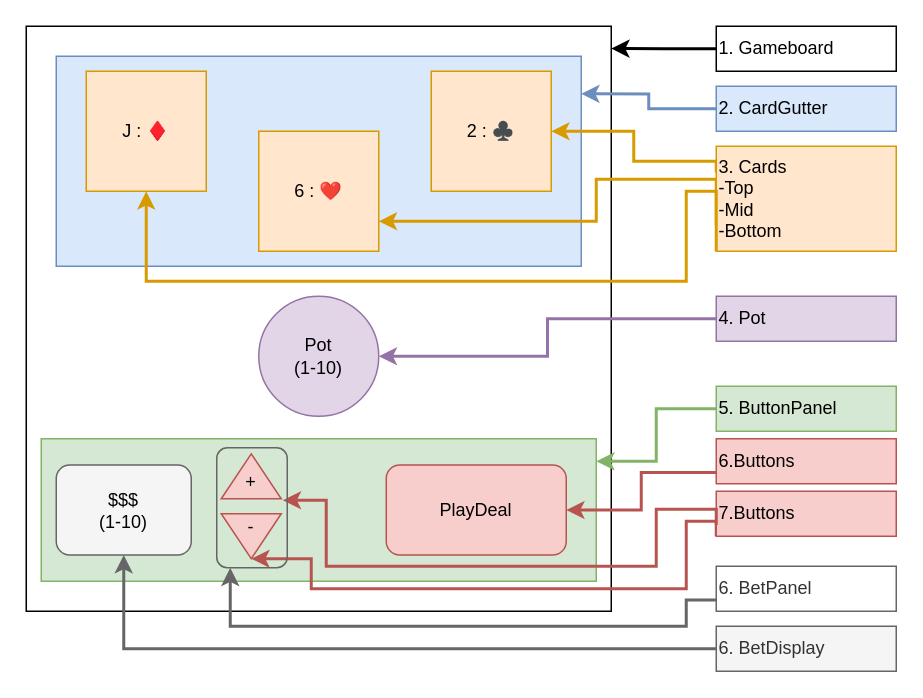
Before: mockup.drawio in Jaybird9er/InBetweenToGo, a draw.io diagram. Source tidied: cells renumbered, new cells numbered last; positions are measured from the earlier drawing's top-left corner, leaving out a move shared by most shapes. Both pictures are drawn from the tidied source at 150%, with x=0, y=0 at pixel (26, 26).
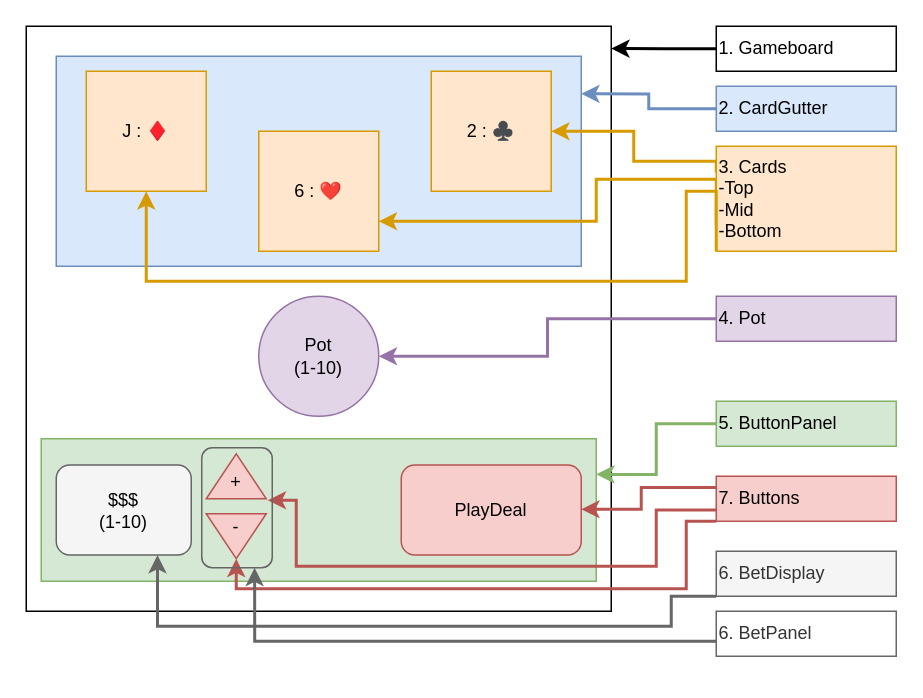
Above is the later version.

Unchanged cells that the change refers to:
```xml
<mxCell id="4" style="rounded=0;whiteSpace=wrap;html=1;fillColor=#d5e8d4;strokeColor=#82b366;" parent="1" vertex="1">
  <mxGeometry x="10" y="275" width="370" height="95" as="geometry" />
</mxCell>
<mxCell id="14" style="rounded=1;whiteSpace=wrap;html=1;fillColor=#f5f5f5;strokeColor=#666666;fontColor=#333333;" parent="1" vertex="1">
  <mxGeometry x="20" y="292.5" width="90" height="60" as="geometry" />
</mxCell>
```

What changed in the source:
```diff
@@
     <mxCell id="10" style="rounded=1;whiteSpace=wrap;html=1;fillColor=#f8cecc;strokeColor=#b85450;" parent="1" vertex="1">
-      <mxGeometry x="240" y="292.5" width="120" height="60" as="geometry" />
+      <mxGeometry x="250" y="292.5" width="120" height="60" as="geometry" />
     </mxCell>
     <mxCell id="11" value="PlayDeal" style="text;html=1;align=center;verticalAlign=middle;whiteSpace=wrap;rounded=0;" parent="1" vertex="1">
-      <mxGeometry x="270" y="307.5" width="60" height="30" as="geometry" />
+      <mxGeometry x="280" y="307.5" width="60" height="30" as="geometry" />
     </mxCell>
@@
     <mxCell id="17" style="triangle;whiteSpace=wrap;html=1;rotation=-90;fillColor=#f8cecc;strokeColor=#b85450;" parent="1" vertex="1">
-      <mxGeometry x="135" y="280" width="30" height="40" as="geometry" />
+      <mxGeometry x="125" y="280" width="30" height="40" as="geometry" />
     </mxCell>
     <mxCell id="18" style="triangle;whiteSpace=wrap;html=1;rotation=90;fillColor=#f8cecc;strokeColor=#b85450;" parent="1" vertex="1">
-      <mxGeometry x="135" y="320" width="30" height="40" as="geometry" />
+      <mxGeometry x="125" y="320" width="30" height="40" as="geometry" />
     </mxCell>
     <mxCell id="19" value="+" style="text;html=1;align=center;verticalAlign=middle;whiteSpace=wrap;rounded=0;" parent="1" vertex="1">
-      <mxGeometry x="135" y="296" width="30" height="15" as="geometry" />
+      <mxGeometry x="125" y="296" width="30" height="15" as="geometry" />
     </mxCell>
     <mxCell id="20" value="-" style="text;html=1;align=center;verticalAlign=middle;whiteSpace=wrap;rounded=0;" parent="1" vertex="1">
-      <mxGeometry x="135" y="326" width="30" height="15" as="geometry" />
+      <mxGeometry x="125" y="326" width="30" height="15" as="geometry" />
     </mxCell>
@@
-    <mxCell id="29" style="edgeStyle=orthogonalEdgeStyle;rounded=0;jettySize=auto;html=1;strokeWidth=2;fillColor=#d5e8d4;strokeColor=#82b366;" parent="1" edge="1" source="30">
-      <mxGeometry relative="1" as="geometry">
-        <mxPoint x="380" y="290" as="targetPoint" />
-        <Array as="points">
-          <mxPoint x="420" y="255" />
-          <mxPoint x="420" y="290" />
-          <mxPoint x="380" y="290" />
-        </Array>
-      </mxGeometry>
+    <mxCell id="29" style="edgeStyle=orthogonalEdgeStyle;rounded=0;jettySize=auto;html=1;entryX=1;entryY=0.25;entryDx=0;entryDy=0;strokeWidth=2;fillColor=#d5e8d4;strokeColor=#82b366;" parent="1" edge="1" source="30" target="4">
+      <mxGeometry relative="1" as="geometry" />
     </mxCell>
     <mxCell id="30" value="5. ButtonPanel" style="text;html=1;align=left;verticalAlign=middle;whiteSpace=wrap;rounded=0;strokeColor=#82b366;fillColor=#d5e8d4;" parent="1" vertex="1">
-      <mxGeometry x="460" y="240" width="120" height="30" as="geometry" />
+      <mxGeometry x="460" y="250" width="120" height="30" as="geometry" />
     </mxCell>
     <mxCell id="31" style="edgeStyle=orthogonalEdgeStyle;rounded=0;jettySize=auto;html=1;exitX=0;exitY=1;exitDx=0;exitDy=0;entryX=1;entryY=0.5;entryDx=0;entryDy=0;strokeWidth=2;fillColor=#f8cecc;strokeColor=#b85450;" parent="1" edge="1" source="32" target="18">
       <mxGeometry relative="1" as="geometry">
         <Array as="points">
           <mxPoint x="440" y="330" />
           <mxPoint x="440" y="375" />
-          <mxPoint x="190" y="375" />
-          <mxPoint x="190" y="355" />
+          <mxPoint x="140" y="375" />
         </Array>
       </mxGeometry>
     </mxCell>
+    <mxCell id="41" style="edgeStyle=orthogonalEdgeStyle;rounded=0;jettySize=auto;html=1;exitX=0;exitY=0.25;exitDx=0;exitDy=0;strokeWidth=2;fillColor=#f8cecc;strokeColor=#b85450;" parent="1" edge="1" source="32" target="10">
+      <mxGeometry relative="1" as="geometry">
+        <Array as="points">
+          <mxPoint x="410" y="308" />
+          <mxPoint x="410" y="322" />
+        </Array>
+      </mxGeometry>
+    </mxCell>
-    <mxCell id="32" value="7.Buttons" style="text;html=1;align=left;verticalAlign=middle;whiteSpace=wrap;rounded=0;strokeColor=#b85450;fillColor=#f8cecc;" parent="1" vertex="1">
-      <mxGeometry x="460" y="310" width="120" height="30" as="geometry" />
+    <mxCell id="32" value="7. Buttons" style="text;html=1;align=left;verticalAlign=middle;whiteSpace=wrap;rounded=0;strokeColor=#b85450;fillColor=#f8cecc;" parent="1" vertex="1">
+      <mxGeometry x="460" y="300" width="120" height="30" as="geometry" />
     </mxCell>
     <mxCell id="33" style="edgeStyle=orthogonalEdgeStyle;rounded=0;jettySize=auto;html=1;exitX=0;exitY=0.75;exitDx=0;exitDy=0;entryX=-0.033;entryY=1.025;entryDx=0;entryDy=0;entryPerimeter=0;strokeWidth=2;fillColor=#f8cecc;strokeColor=#b85450;" parent="1" edge="1" source="32" target="17">
       <mxGeometry relative="1" as="geometry">
         <Array as="points">
-          <mxPoint x="460" y="322" />
           <mxPoint x="420" y="322" />
           <mxPoint x="420" y="360" />
-          <mxPoint x="200" y="360" />
-          <mxPoint x="200" y="316" />
+          <mxPoint x="180" y="360" />
+          <mxPoint x="180" y="316" />
         </Array>
       </mxGeometry>
     </mxCell>
-    <mxCell id="34" style="edgeStyle=orthogonalEdgeStyle;rounded=0;jettySize=auto;html=1;exitX=0;exitY=0.5;exitDx=0;exitDy=0;strokeWidth=2;fillColor=#f5f5f5;gradientColor=#b3b3b3;strokeColor=#666666;" parent="1" edge="1" source="35" target="14">
-      <mxGeometry relative="1" as="geometry" />
+    <mxCell id="34" style="edgeStyle=orthogonalEdgeStyle;rounded=0;jettySize=auto;html=1;exitX=0;exitY=1;exitDx=0;exitDy=0;entryX=0.75;entryY=1;entryDx=0;entryDy=0;fillColor=#f5f5f5;strokeColor=#666666;strokeWidth=2;" parent="1" edge="1" source="35" target="14">
+      <mxGeometry relative="1" as="geometry">
+        <Array as="points">
+          <mxPoint x="430" y="380" />
+          <mxPoint x="430" y="400" />
+          <mxPoint x="87" y="400" />
+        </Array>
+      </mxGeometry>
     </mxCell>
     <mxCell id="35" value="6. BetDisplay" style="text;html=1;align=left;verticalAlign=middle;whiteSpace=wrap;rounded=0;strokeColor=#666666;fillColor=#f5f5f5;fontColor=#333333;" parent="1" vertex="1">
-      <mxGeometry x="460" y="400" width="120" height="30" as="geometry" />
+      <mxGeometry x="460" y="350" width="120" height="30" as="geometry" />
     </mxCell>
     <mxCell id="36" style="rounded=1;whiteSpace=wrap;html=1;fillColor=none;strokeColor=#666666;fontColor=#333333;" parent="1" vertex="1">
-      <mxGeometry x="127" y="281" width="47" height="80" as="geometry" />
+      <mxGeometry x="117" y="281" width="47" height="80" as="geometry" />
     </mxCell>
-    <mxCell id="37" style="edgeStyle=orthogonalEdgeStyle;rounded=0;jettySize=auto;html=1;strokeColor=#666666;strokeWidth=2;exitX=0;exitY=0.75;exitDx=0;exitDy=0;" parent="1" edge="1" source="38">
+    <mxCell id="37" style="edgeStyle=orthogonalEdgeStyle;rounded=0;jettySize=auto;html=1;entryX=0.75;entryY=1;entryDx=0;entryDy=0;strokeColor=#666666;strokeWidth=2;" parent="1" edge="1" source="38" target="36">
       <mxGeometry relative="1" as="geometry">
-        <mxPoint x="136" y="361" as="targetPoint" />
         <Array as="points">
-          <mxPoint x="440" y="382" />
-          <mxPoint x="440" y="400" />
-          <mxPoint x="136" y="400" />
+          <mxPoint x="152" y="410" />
         </Array>
       </mxGeometry>
     </mxCell>
     <mxCell id="38" value="6. BetPanel" style="text;html=1;align=left;verticalAlign=middle;whiteSpace=wrap;rounded=0;strokeColor=#666666;fillColor=none;fontColor=#333333;" parent="1" vertex="1">
-      <mxGeometry x="460" y="360" width="120" height="30" as="geometry" />
+      <mxGeometry x="460" y="390" width="120" height="30" as="geometry" />
     </mxCell>
-    <mxCell id="39" style="edgeStyle=orthogonalEdgeStyle;rounded=0;jettySize=auto;html=1;exitX=0;exitY=0.75;exitDx=0;exitDy=0;fillColor=#f8cecc;strokeColor=#b85450;strokeWidth=2;" parent="1" edge="1" source="40" target="10">
-      <mxGeometry relative="1" as="geometry" />
-    </mxCell>
-    <mxCell id="40" value="6.Buttons" style="text;html=1;align=left;verticalAlign=middle;whiteSpace=wrap;rounded=0;strokeColor=#b85450;fillColor=#f8cecc;" parent="1" vertex="1">
-      <mxGeometry x="460" y="275" width="120" height="30" as="geometry" />
-    </mxCell>
```
